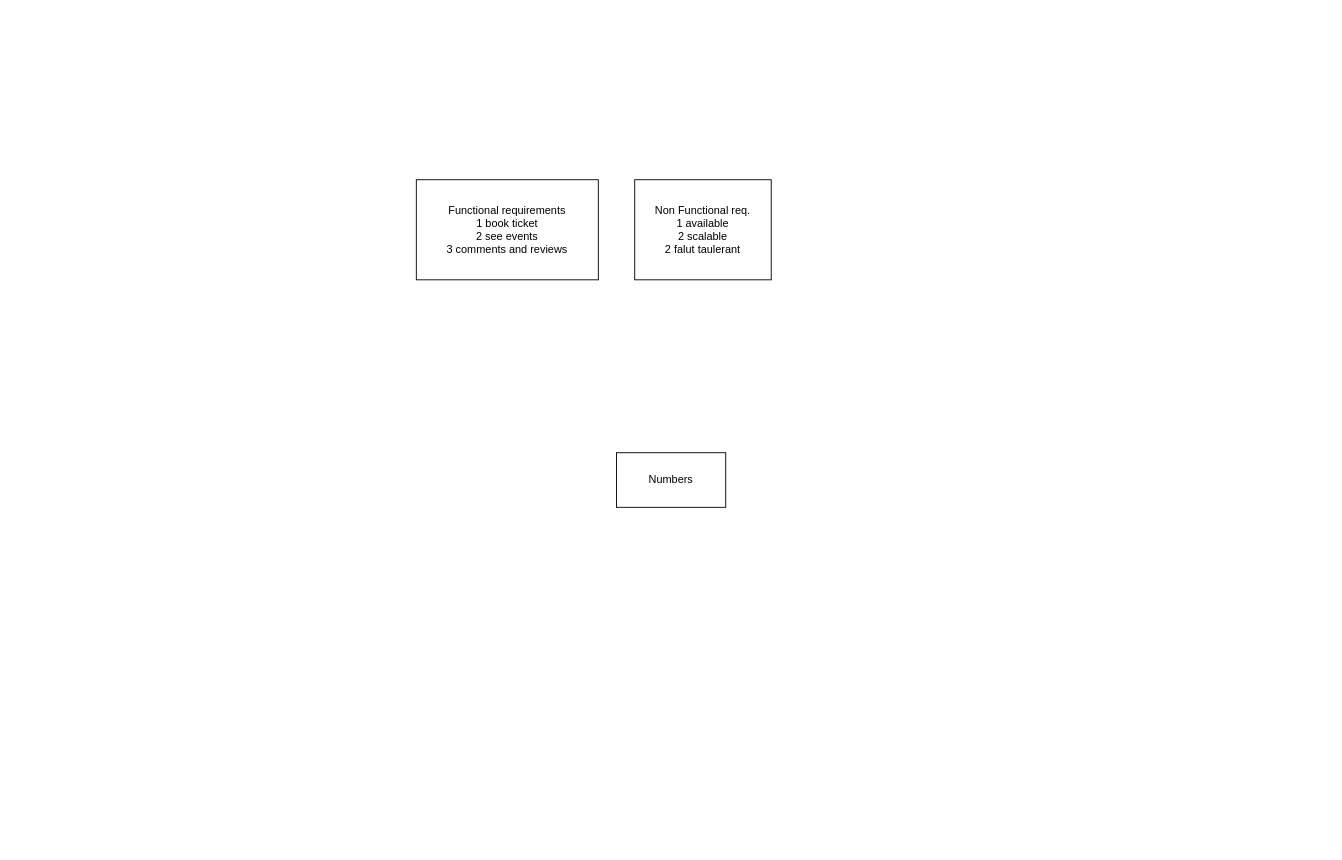
This is bookmyshow.drawio from Dev280899/System-Designs, a draw.io file, before an edit. Source tidied: cells renumbered, new cells numbered last; positions are measured from the earlier drawing's top-left corner, leaving out a move shared by most shapes. Both pictures are drawn from the tidied source at 91%, with x=0, y=0 at pixel (416, 179).
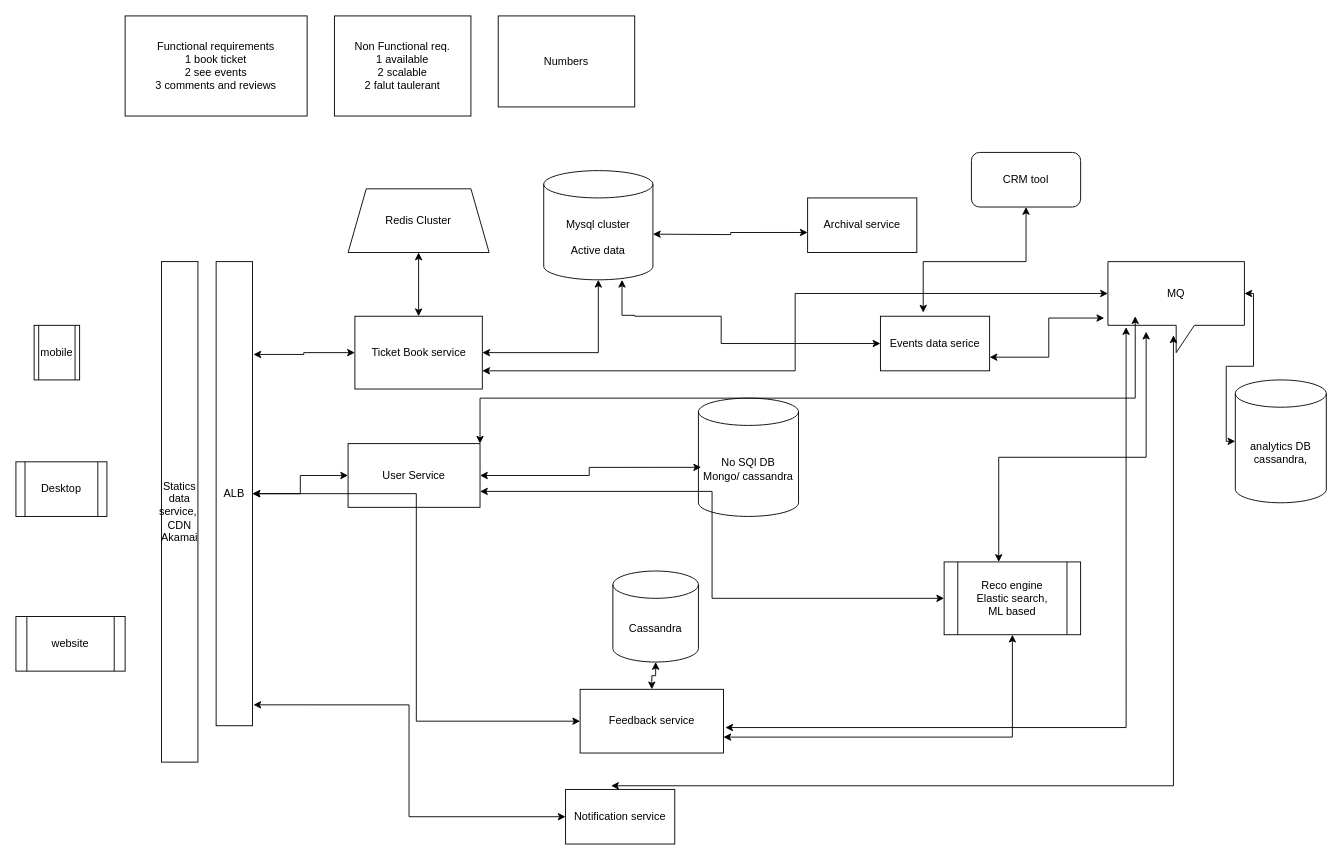
The same page after the edit.

Change to the diagram source:
```diff
@@
     <mxCell id="2" value="Functional requirements&lt;br&gt;1 book ticket&lt;br&gt;2 see events&lt;br&gt;3 comments and reviews" style="rounded=0;whiteSpace=wrap;html=1;" parent="1" vertex="1">
-      <mxGeometry width="200" height="110" as="geometry" />
+      <mxGeometry x="-320" y="-180" width="200" height="110" as="geometry" />
     </mxCell>
     <mxCell id="3" value="Non Functional req.&lt;br&gt;1 available&lt;br&gt;2 scalable&lt;br&gt;2 falut taulerant" style="rounded=0;whiteSpace=wrap;html=1;" parent="1" vertex="1">
-      <mxGeometry x="240" width="150" height="110" as="geometry" />
+      <mxGeometry x="-90" y="-180" width="150" height="110" as="geometry" />
     </mxCell>
     <mxCell id="4" value="Numbers" style="rounded=0;whiteSpace=wrap;html=1;" parent="1" vertex="1">
-      <mxGeometry x="220" y="300" width="120" height="60" as="geometry" />
+      <mxGeometry x="90" y="-180" width="150" height="100" as="geometry" />
     </mxCell>
+    <mxCell id="5" value="Ticket Book service" style="rounded=0;whiteSpace=wrap;html=1;" parent="1" vertex="1">
+      <mxGeometry x="-67.5" y="150" width="140" height="80" as="geometry" />
+    </mxCell>
+    <mxCell id="6" value="mobile" style="shape=process;whiteSpace=wrap;html=1;backgroundOutline=1;" parent="1" vertex="1">
+      <mxGeometry x="-420" y="160" width="50" height="60" as="geometry" />
+    </mxCell>
+    <mxCell id="7" value="Desktop" style="shape=process;whiteSpace=wrap;html=1;backgroundOutline=1;" parent="1" vertex="1">
+      <mxGeometry x="-440" y="310" width="100" height="60" as="geometry" />
+    </mxCell>
+    <mxCell id="8" value="website" style="shape=process;whiteSpace=wrap;html=1;backgroundOutline=1;" parent="1" vertex="1">
+      <mxGeometry x="-440" y="480" width="120" height="60" as="geometry" />
+    </mxCell>
+    <mxCell id="9" value="ALB" style="rounded=0;whiteSpace=wrap;html=1;" parent="1" vertex="1">
+      <mxGeometry x="-220" y="90" width="40" height="510" as="geometry" />
+    </mxCell>
+    <mxCell id="10" value="Redis Cluster" style="shape=trapezoid;perimeter=trapezoidPerimeter;whiteSpace=wrap;html=1;fixedSize=1;" parent="1" vertex="1">
+      <mxGeometry x="-75" y="10" width="155" height="70" as="geometry" />
+    </mxCell>
+    <mxCell id="11" style="endArrow=classic;startArrow=classic;html=1;rounded=0;edgeStyle=orthogonalEdgeStyle;entryX=0.5;entryY=1;entryDx=0;entryDy=0;exitX=0.5;exitY=0;exitDx=0;exitDy=0;" parent="1" edge="1" source="5" target="10">
+      <mxGeometry relative="1" as="geometry" />
+    </mxCell>
+    <mxCell id="12" value="Mysql cluster&lt;br&gt;&lt;br&gt;Active data" style="shape=cylinder3;whiteSpace=wrap;html=1;boundedLbl=1;backgroundOutline=1;size=15;" parent="1" vertex="1">
+      <mxGeometry x="140" y="-10" width="120" height="120" as="geometry" />
+    </mxCell>
+    <mxCell id="13" style="endArrow=classic;startArrow=classic;html=1;rounded=0;edgeStyle=orthogonalEdgeStyle;exitX=1;exitY=0.5;exitDx=0;exitDy=0;entryX=0.5;entryY=1;entryDx=0;entryDy=0;entryPerimeter=0;" parent="1" edge="1" source="5" target="12">
+      <mxGeometry relative="1" as="geometry" />
+    </mxCell>
+    <mxCell id="14" value="User Service" style="rounded=0;whiteSpace=wrap;html=1;" parent="1" vertex="1">
+      <mxGeometry x="-75" y="290" width="145" height="70" as="geometry" />
+    </mxCell>
+    <mxCell id="15" value="No SQl DB&lt;br&gt;Mongo/ cassandra" style="shape=cylinder3;whiteSpace=wrap;html=1;boundedLbl=1;backgroundOutline=1;size=15;" parent="1" vertex="1">
+      <mxGeometry x="310" y="240" width="110" height="130" as="geometry" />
+    </mxCell>
+    <mxCell id="16" style="endArrow=classic;startArrow=classic;html=1;rounded=0;edgeStyle=orthogonalEdgeStyle;entryX=1;entryY=0.5;entryDx=0;entryDy=0;exitX=0;exitY=0.5;exitDx=0;exitDy=0;" parent="1" edge="1" source="14" target="9">
+      <mxGeometry relative="1" as="geometry" />
+    </mxCell>
+    <mxCell id="17" style="endArrow=classic;startArrow=classic;html=1;rounded=0;edgeStyle=orthogonalEdgeStyle;entryX=1.025;entryY=0.2;entryDx=0;entryDy=0;entryPerimeter=0;exitX=0;exitY=0.5;exitDx=0;exitDy=0;" parent="1" edge="1" source="5" target="9">
+      <mxGeometry relative="1" as="geometry" />
+    </mxCell>
+    <mxCell id="18" style="endArrow=classic;startArrow=classic;html=1;rounded=0;edgeStyle=orthogonalEdgeStyle;entryX=1;entryY=0.5;entryDx=0;entryDy=0;exitX=0.027;exitY=0.585;exitDx=0;exitDy=0;exitPerimeter=0;" parent="1" edge="1" source="15" target="14">
+      <mxGeometry relative="1" as="geometry" />
+    </mxCell>
+    <mxCell id="19" value="MQ" style="shape=callout;whiteSpace=wrap;html=1;perimeter=calloutPerimeter;" parent="1" vertex="1">
+      <mxGeometry x="760" y="90" width="150" height="100" as="geometry" />
+    </mxCell>
+    <mxCell id="20" style="endArrow=classic;startArrow=classic;html=1;rounded=0;edgeStyle=orthogonalEdgeStyle;entryX=0;entryY=0;entryDx=0;entryDy=35;entryPerimeter=0;exitX=1;exitY=0.75;exitDx=0;exitDy=0;" parent="1" edge="1" source="5" target="19">
+      <mxGeometry relative="1" as="geometry" />
+    </mxCell>
+    <mxCell id="21" style="endArrow=classic;startArrow=classic;html=1;rounded=0;edgeStyle=orthogonalEdgeStyle;exitX=1;exitY=0;exitDx=0;exitDy=0;entryX=0.2;entryY=0.6;entryDx=0;entryDy=0;entryPerimeter=0;" parent="1" edge="1" source="14" target="19">
+      <mxGeometry relative="1" as="geometry" />
+    </mxCell>
+    <mxCell id="22" style="endArrow=classic;startArrow=classic;html=1;rounded=0;edgeStyle=orthogonalEdgeStyle;entryX=0;entryY=0;entryDx=150;entryDy=35;entryPerimeter=0;exitX=0;exitY=0.5;exitDx=0;exitDy=0;exitPerimeter=0;" parent="1" edge="1" source="23" target="19">
+      <mxGeometry relative="1" as="geometry" />
+    </mxCell>
+    <mxCell id="23" value="analytics DB&lt;br&gt;cassandra,&lt;br&gt;" style="shape=cylinder3;whiteSpace=wrap;html=1;boundedLbl=1;backgroundOutline=1;size=15;" parent="1" vertex="1">
+      <mxGeometry x="900" y="220" width="100" height="135" as="geometry" />
+    </mxCell>
+    <mxCell id="24" style="endArrow=classic;startArrow=classic;html=1;rounded=0;edgeStyle=orthogonalEdgeStyle;entryX=0;entryY=0.633;entryDx=0;entryDy=0;entryPerimeter=0;" parent="1" edge="1" target="25">
+      <mxGeometry relative="1" as="geometry">
+        <mxPoint x="260" y="59.8" as="sourcePoint" />
+      </mxGeometry>
+    </mxCell>
+    <mxCell id="25" value="Archival service" style="rounded=0;whiteSpace=wrap;html=1;" parent="1" vertex="1">
+      <mxGeometry x="430" y="20" width="120" height="60" as="geometry" />
+    </mxCell>
+    <mxCell id="26" value="Feedback service" style="rounded=0;whiteSpace=wrap;html=1;" parent="1" vertex="1">
+      <mxGeometry x="180" y="560" width="157.5" height="70" as="geometry" />
+    </mxCell>
+    <mxCell id="27" value="Notification service" style="rounded=0;whiteSpace=wrap;html=1;" parent="1" vertex="1">
+      <mxGeometry x="164" y="670" width="120" height="60" as="geometry" />
+    </mxCell>
+    <mxCell id="28" style="endArrow=classic;startArrow=classic;html=1;rounded=0;edgeStyle=orthogonalEdgeStyle;entryX=0.48;entryY=0.81;entryDx=0;entryDy=0;entryPerimeter=0;exitX=0.417;exitY=-0.067;exitDx=0;exitDy=0;exitPerimeter=0;" parent="1" edge="1" source="27" target="19">
+      <mxGeometry relative="1" as="geometry" />
+    </mxCell>
+    <mxCell id="29" style="endArrow=classic;startArrow=classic;html=1;rounded=0;edgeStyle=orthogonalEdgeStyle;exitX=1.013;exitY=0.6;exitDx=0;exitDy=0;exitPerimeter=0;entryX=0.133;entryY=0.72;entryDx=0;entryDy=0;entryPerimeter=0;" parent="1" edge="1" source="26" target="19">
+      <mxGeometry relative="1" as="geometry" />
+    </mxCell>
+    <mxCell id="30" style="endArrow=classic;startArrow=classic;html=1;rounded=0;edgeStyle=orthogonalEdgeStyle;exitX=0;exitY=0.5;exitDx=0;exitDy=0;" parent="1" edge="1" source="26" target="9">
+      <mxGeometry relative="1" as="geometry" />
+    </mxCell>
+    <mxCell id="31" value="Statics data service,&amp;nbsp;&lt;br&gt;CDN Akamai" style="rounded=0;whiteSpace=wrap;html=1;" parent="1" vertex="1">
+      <mxGeometry x="-280" y="90" width="40" height="550" as="geometry" />
+    </mxCell>
+    <mxCell id="32" style="endArrow=classic;startArrow=classic;html=1;rounded=0;edgeStyle=orthogonalEdgeStyle;entryX=0;entryY=0.5;entryDx=0;entryDy=0;exitX=1.025;exitY=0.955;exitDx=0;exitDy=0;exitPerimeter=0;" parent="1" edge="1" source="9" target="27">
+      <mxGeometry relative="1" as="geometry" />
+    </mxCell>
+    <mxCell id="33" value="Cassandra" style="shape=cylinder3;whiteSpace=wrap;html=1;boundedLbl=1;backgroundOutline=1;size=15;" parent="1" vertex="1">
+      <mxGeometry x="216" y="430" width="94" height="100" as="geometry" />
+    </mxCell>
+    <mxCell id="34" style="endArrow=classic;startArrow=classic;html=1;rounded=0;edgeStyle=orthogonalEdgeStyle;exitX=1;exitY=0.75;exitDx=0;exitDy=0;" parent="1" edge="1" source="26" target="35">
+      <mxGeometry relative="1" as="geometry" />
+    </mxCell>
+    <mxCell id="35" value="Reco engine&lt;br&gt;Elastic search,&lt;br&gt;ML based" style="shape=process;whiteSpace=wrap;html=1;backgroundOutline=1;" parent="1" vertex="1">
+      <mxGeometry x="580" y="420" width="150" height="80" as="geometry" />
+    </mxCell>
+    <mxCell id="36" style="endArrow=classic;startArrow=classic;html=1;rounded=0;edgeStyle=orthogonalEdgeStyle;entryX=0.5;entryY=1;entryDx=0;entryDy=0;entryPerimeter=0;exitX=0.5;exitY=0;exitDx=0;exitDy=0;" parent="1" edge="1" source="26" target="33">
+      <mxGeometry relative="1" as="geometry" />
+    </mxCell>
+    <mxCell id="37" style="endArrow=classic;startArrow=classic;html=1;rounded=0;edgeStyle=orthogonalEdgeStyle;entryX=0;entryY=0.5;entryDx=0;entryDy=0;exitX=1;exitY=0.75;exitDx=0;exitDy=0;" parent="1" edge="1" source="14" target="35">
+      <mxGeometry relative="1" as="geometry" />
+    </mxCell>
+    <mxCell id="38" value="Events data serice" style="rounded=0;whiteSpace=wrap;html=1;" parent="1" vertex="1">
+      <mxGeometry x="510" y="150" width="120" height="60" as="geometry" />
+    </mxCell>
+    <mxCell id="39" style="endArrow=classic;startArrow=classic;html=1;rounded=0;edgeStyle=orthogonalEdgeStyle;exitX=0.392;exitY=-0.067;exitDx=0;exitDy=0;exitPerimeter=0;" parent="1" edge="1" source="38" target="40">
+      <mxGeometry relative="1" as="geometry" />
+    </mxCell>
+    <mxCell id="40" value="CRM tool&lt;br&gt;" style="rounded=1;whiteSpace=wrap;html=1;" parent="1" vertex="1">
+      <mxGeometry x="610" y="-30" width="120" height="60" as="geometry" />
+    </mxCell>
+    <mxCell id="41" style="endArrow=classic;startArrow=classic;html=1;rounded=0;edgeStyle=orthogonalEdgeStyle;exitX=0.4;exitY=0;exitDx=0;exitDy=0;exitPerimeter=0;entryX=0.28;entryY=0.77;entryDx=0;entryDy=0;entryPerimeter=0;" parent="1" edge="1" source="35" target="19">
+      <mxGeometry relative="1" as="geometry" />
+    </mxCell>
+    <mxCell id="42" style="endArrow=classic;startArrow=classic;html=1;rounded=0;edgeStyle=orthogonalEdgeStyle;entryX=-0.027;entryY=0.62;entryDx=0;entryDy=0;entryPerimeter=0;exitX=1;exitY=0.75;exitDx=0;exitDy=0;" parent="1" edge="1" source="38" target="19">
+      <mxGeometry relative="1" as="geometry" />
+    </mxCell>
+    <mxCell id="43" style="endArrow=classic;startArrow=classic;html=1;rounded=0;edgeStyle=orthogonalEdgeStyle;entryX=0;entryY=0.5;entryDx=0;entryDy=0;exitX=0.717;exitY=1;exitDx=0;exitDy=0;exitPerimeter=0;" parent="1" edge="1" source="12" target="38">
+      <mxGeometry relative="1" as="geometry">
+        <Array as="points">
+          <mxPoint x="226" y="149" />
+          <mxPoint x="240" y="149" />
+          <mxPoint x="240" y="150" />
+          <mxPoint x="335" y="150" />
+          <mxPoint x="335" y="180" />
+        </Array>
+      </mxGeometry>
+    </mxCell>
```
